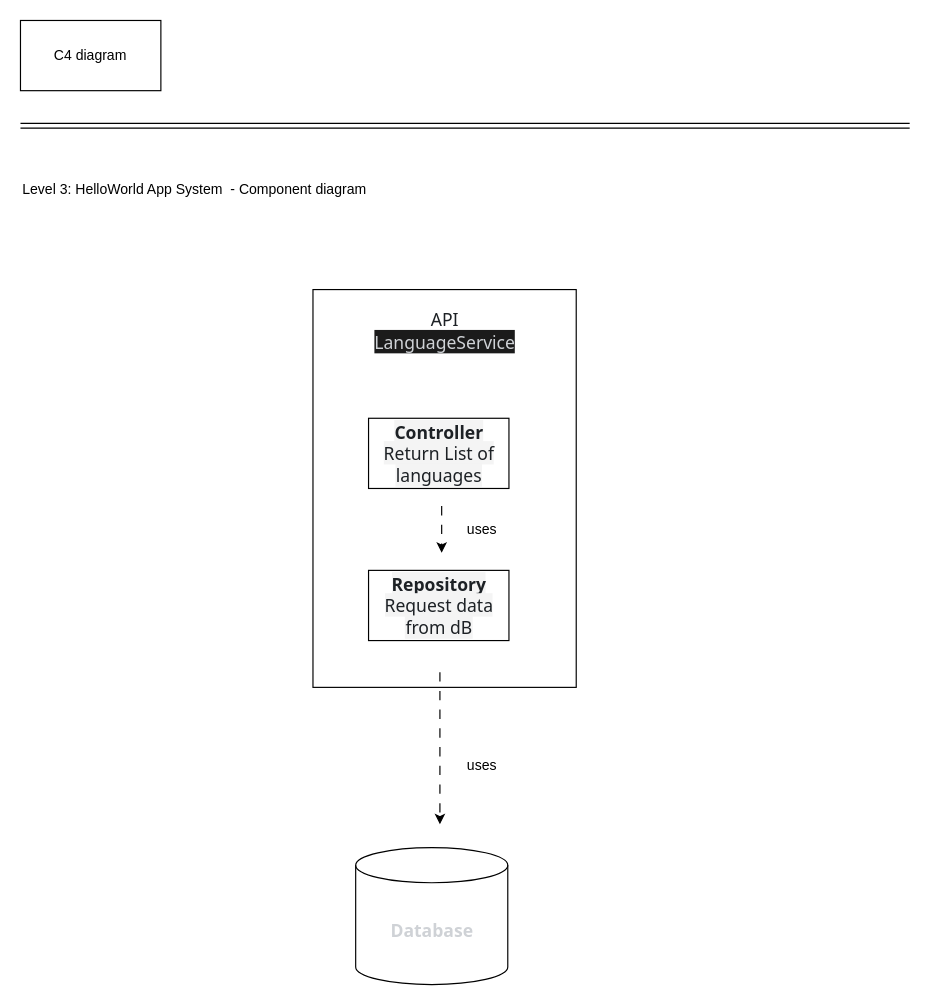
hplaursen/sea keeps this draw.io diagram as HelloWorld/C4_HelloWorld-App_level3_ GreetingService.drawio. Above is the earlier version. Source tidied: cells renumbered, new cells numbered last; positions are measured from the earlier drawing's top-left corner, leaving out a move shared by most shapes. Both pictures are drawn from the tidied source at 117%, with x=0, y=0 at pixel (20, 20).
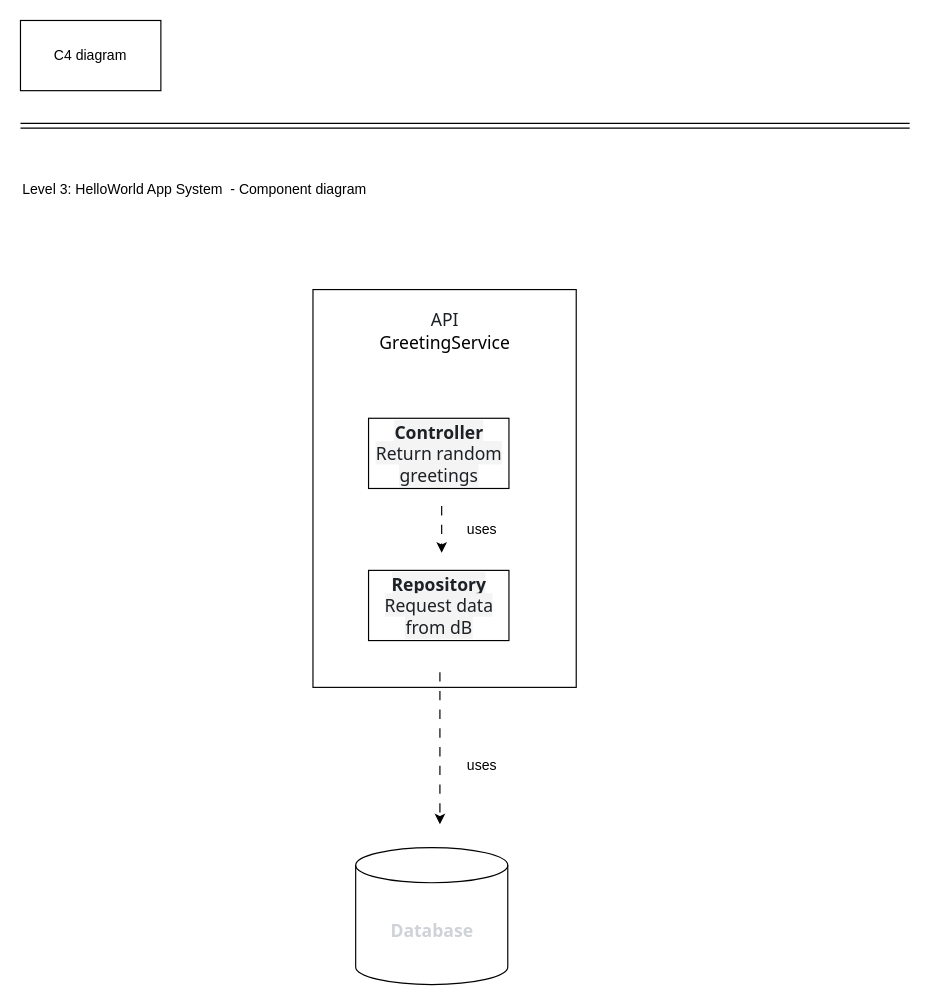
After the change.

Diff of the diagram source:
```diff
@@
 <mxGraphModel>
   <root>
     <mxCell id="0" />
     <mxCell id="1" parent="0" />
     <mxCell id="2" style="rounded=0;whiteSpace=wrap;html=1;fillColor=none;" parent="1" vertex="1">
       <mxGeometry x="250" y="230" width="225" height="340" as="geometry" />
     </mxCell>
     <mxCell id="3" style="shape=link;html=1;rounded=0;" parent="1" edge="1">
       <mxGeometry relative="1" as="geometry">
         <mxPoint y="90" as="sourcePoint" />
         <mxPoint x="760" y="90" as="targetPoint" />
       </mxGeometry>
     </mxCell>
     <mxCell id="4" style="rounded=0;whiteSpace=wrap;html=1;" parent="1" vertex="1">
       <mxGeometry width="120" height="60" as="geometry" />
     </mxCell>
     <mxCell id="5" value="C4 diagram" style="text;html=1;whiteSpace=wrap;strokeColor=none;fillColor=none;align=center;verticalAlign=middle;rounded=0;" parent="1" vertex="1">
       <mxGeometry x="15" y="15" width="90" height="30" as="geometry" />
     </mxCell>
     <mxCell id="6" value="Level 3: HelloWorld App System&amp;nbsp; -&amp;nbsp;&lt;span style=&quot;text-align: center;&quot;&gt;Component&lt;/span&gt;&amp;nbsp;diagram" style="text;html=1;whiteSpace=wrap;strokeColor=none;fillColor=none;align=left;verticalAlign=middle;rounded=0;" parent="1" vertex="1">
       <mxGeometry y="130" width="300" height="30" as="geometry" />
     </mxCell>
     <mxCell id="7" value="&lt;span style=&quot;font-family: system-ui, -apple-system, &amp;quot;Segoe UI&amp;quot;, Roboto, &amp;quot;Helvetica Neue&amp;quot;, &amp;quot;Noto Sans&amp;quot;, &amp;quot;Liberation Sans&amp;quot;, Arial, sans-serif, &amp;quot;Apple Color Emoji&amp;quot;, &amp;quot;Segoe UI Emoji&amp;quot;, &amp;quot;Segoe UI Symbol&amp;quot;, &amp;quot;Noto Color Emoji&amp;quot;; font-size: 15px; text-align: start; color: light-dark(rgb(207, 210, 214), rgb(255, 255, 255));&quot;&gt;&lt;b&gt;Database&lt;/b&gt;&lt;/span&gt;" style="shape=cylinder3;whiteSpace=wrap;html=1;boundedLbl=1;backgroundOutline=1;size=15;" parent="1" vertex="1">
       <mxGeometry x="286.5" y="707" width="130" height="117" as="geometry" />
     </mxCell>
-    <mxCell id="8" value="&lt;div&gt;&lt;span style=&quot;font-family: system-ui, -apple-system, &amp;quot;Segoe UI&amp;quot;, Roboto, &amp;quot;Helvetica Neue&amp;quot;, &amp;quot;Noto Sans&amp;quot;, &amp;quot;Liberation Sans&amp;quot;, Arial, sans-serif, &amp;quot;Apple Color Emoji&amp;quot;, &amp;quot;Segoe UI Emoji&amp;quot;, &amp;quot;Segoe UI Symbol&amp;quot;, &amp;quot;Noto Color Emoji&amp;quot;; font-size: 15px; color: light-dark(rgb(29, 33, 37), rgb(255, 255, 255));&quot;&gt;API&lt;/span&gt;&lt;/div&gt;&lt;span style=&quot;color: rgb(207, 210, 214); font-family: system-ui, -apple-system, &amp;quot;Segoe UI&amp;quot;, Roboto, &amp;quot;Helvetica Neue&amp;quot;, &amp;quot;Noto Sans&amp;quot;, &amp;quot;Liberation Sans&amp;quot;, Arial, sans-serif, &amp;quot;Apple Color Emoji&amp;quot;, &amp;quot;Segoe UI Emoji&amp;quot;, &amp;quot;Segoe UI Symbol&amp;quot;, &amp;quot;Noto Color Emoji&amp;quot;; font-size: 15px; text-align: left; background-color: rgb(27, 27, 27);&quot;&gt;LanguageService&lt;/span&gt;" style="text;html=1;whiteSpace=wrap;strokeColor=none;fillColor=none;align=center;verticalAlign=middle;rounded=0;" parent="1" vertex="1">
+    <mxCell id="8" value="&lt;div&gt;&lt;span style=&quot;font-family: system-ui, -apple-system, &amp;quot;Segoe UI&amp;quot;, Roboto, &amp;quot;Helvetica Neue&amp;quot;, &amp;quot;Noto Sans&amp;quot;, &amp;quot;Liberation Sans&amp;quot;, Arial, sans-serif, &amp;quot;Apple Color Emoji&amp;quot;, &amp;quot;Segoe UI Emoji&amp;quot;, &amp;quot;Segoe UI Symbol&amp;quot;, &amp;quot;Noto Color Emoji&amp;quot;; font-size: 15px; color: light-dark(rgb(29, 33, 37), rgb(255, 255, 255));&quot;&gt;API&lt;/span&gt;&lt;/div&gt;&lt;span style=&quot;font-family: system-ui, -apple-system, &amp;quot;Segoe UI&amp;quot;, Roboto, &amp;quot;Helvetica Neue&amp;quot;, &amp;quot;Noto Sans&amp;quot;, &amp;quot;Liberation Sans&amp;quot;, Arial, sans-serif, &amp;quot;Apple Color Emoji&amp;quot;, &amp;quot;Segoe UI Emoji&amp;quot;, &amp;quot;Segoe UI Symbol&amp;quot;, &amp;quot;Noto Color Emoji&amp;quot;; font-size: 15px;&quot;&gt;GreetingService&lt;/span&gt;" style="text;html=1;whiteSpace=wrap;strokeColor=none;fillColor=none;align=center;verticalAlign=middle;rounded=0;" parent="1" vertex="1">
       <mxGeometry x="302.5" y="250" width="120" height="30" as="geometry" />
     </mxCell>
     <mxCell id="9" value="&lt;span style=&quot;color: rgb(29, 33, 37); font-family: system-ui, -apple-system, &amp;quot;Segoe UI&amp;quot;, Roboto, &amp;quot;Helvetica Neue&amp;quot;, &amp;quot;Noto Sans&amp;quot;, &amp;quot;Liberation Sans&amp;quot;, Arial, sans-serif, &amp;quot;Apple Color Emoji&amp;quot;, &amp;quot;Segoe UI Emoji&amp;quot;, &amp;quot;Segoe UI Symbol&amp;quot;, &amp;quot;Noto Color Emoji&amp;quot;; text-align: start; background-color: rgb(244, 244, 244); font-size: 15px;&quot;&gt;&lt;b&gt;Repository&lt;/b&gt;&lt;/span&gt;&lt;div&gt;&lt;span style=&quot;color: rgb(29, 33, 37); font-family: system-ui, -apple-system, &amp;quot;Segoe UI&amp;quot;, Roboto, &amp;quot;Helvetica Neue&amp;quot;, &amp;quot;Noto Sans&amp;quot;, &amp;quot;Liberation Sans&amp;quot;, Arial, sans-serif, &amp;quot;Apple Color Emoji&amp;quot;, &amp;quot;Segoe UI Emoji&amp;quot;, &amp;quot;Segoe UI Symbol&amp;quot;, &amp;quot;Noto Color Emoji&amp;quot;; font-size: 15px; text-align: start; background-color: rgb(244, 244, 244);&quot;&gt;Request data from dB&lt;/span&gt;&lt;/div&gt;" style="rounded=0;whiteSpace=wrap;html=1;" parent="1" vertex="1">
       <mxGeometry x="297.5" y="470" width="120" height="60" as="geometry" />
     </mxCell>
-    <mxCell id="10" value="&lt;div&gt;&lt;span style=&quot;background-color: light-dark(rgb(244, 244, 244), rgb(27, 27, 27)); color: light-dark(rgb(29, 33, 37), rgb(207, 210, 214)); font-family: system-ui, -apple-system, &amp;quot;Segoe UI&amp;quot;, Roboto, &amp;quot;Helvetica Neue&amp;quot;, &amp;quot;Noto Sans&amp;quot;, &amp;quot;Liberation Sans&amp;quot;, Arial, sans-serif, &amp;quot;Apple Color Emoji&amp;quot;, &amp;quot;Segoe UI Emoji&amp;quot;, &amp;quot;Segoe UI Symbol&amp;quot;, &amp;quot;Noto Color Emoji&amp;quot;; font-size: 15px; text-align: start;&quot;&gt;&lt;b&gt;Controller&lt;/b&gt;&lt;/span&gt;&lt;/div&gt;&lt;div&gt;&lt;span style=&quot;background-color: light-dark(rgb(244, 244, 244), rgb(27, 27, 27)); color: light-dark(rgb(29, 33, 37), rgb(207, 210, 214)); font-family: system-ui, -apple-system, &amp;quot;Segoe UI&amp;quot;, Roboto, &amp;quot;Helvetica Neue&amp;quot;, &amp;quot;Noto Sans&amp;quot;, &amp;quot;Liberation Sans&amp;quot;, Arial, sans-serif, &amp;quot;Apple Color Emoji&amp;quot;, &amp;quot;Segoe UI Emoji&amp;quot;, &amp;quot;Segoe UI Symbol&amp;quot;, &amp;quot;Noto Color Emoji&amp;quot;; font-size: 15px; text-align: start;&quot;&gt;Return List of languages&lt;/span&gt;&lt;/div&gt;" style="rounded=0;whiteSpace=wrap;html=1;" parent="1" vertex="1">
+    <mxCell id="10" value="&lt;div&gt;&lt;span style=&quot;background-color: light-dark(rgb(244, 244, 244), rgb(27, 27, 27)); color: light-dark(rgb(29, 33, 37), rgb(207, 210, 214)); font-family: system-ui, -apple-system, &amp;quot;Segoe UI&amp;quot;, Roboto, &amp;quot;Helvetica Neue&amp;quot;, &amp;quot;Noto Sans&amp;quot;, &amp;quot;Liberation Sans&amp;quot;, Arial, sans-serif, &amp;quot;Apple Color Emoji&amp;quot;, &amp;quot;Segoe UI Emoji&amp;quot;, &amp;quot;Segoe UI Symbol&amp;quot;, &amp;quot;Noto Color Emoji&amp;quot;; font-size: 15px; text-align: start;&quot;&gt;&lt;b&gt;Controller&lt;/b&gt;&lt;/span&gt;&lt;/div&gt;&lt;div&gt;&lt;span style=&quot;background-color: light-dark(rgb(244, 244, 244), rgb(27, 27, 27)); color: light-dark(rgb(29, 33, 37), rgb(207, 210, 214)); font-family: system-ui, -apple-system, &amp;quot;Segoe UI&amp;quot;, Roboto, &amp;quot;Helvetica Neue&amp;quot;, &amp;quot;Noto Sans&amp;quot;, &amp;quot;Liberation Sans&amp;quot;, Arial, sans-serif, &amp;quot;Apple Color Emoji&amp;quot;, &amp;quot;Segoe UI Emoji&amp;quot;, &amp;quot;Segoe UI Symbol&amp;quot;, &amp;quot;Noto Color Emoji&amp;quot;; font-size: 15px; text-align: start;&quot;&gt;Return random greetings&lt;/span&gt;&lt;/div&gt;" style="rounded=0;whiteSpace=wrap;html=1;" parent="1" vertex="1">
       <mxGeometry x="297.5" y="340" width="120" height="60" as="geometry" />
     </mxCell>
     <mxCell id="11" style="endArrow=classic;html=1;rounded=0;dashed=1;dashPattern=8 8;" parent="1" edge="1">
       <mxGeometry relative="1" as="geometry">
         <mxPoint x="360" y="415" as="sourcePoint" />
         <mxPoint x="360" y="455" as="targetPoint" />
       </mxGeometry>
     </mxCell>
     <mxCell id="12" value="uses" style="text;html=1;whiteSpace=wrap;strokeColor=none;fillColor=none;align=left;verticalAlign=middle;rounded=0;" parent="1" vertex="1">
       <mxGeometry x="380" y="420" width="58" height="30" as="geometry" />
     </mxCell>
     <mxCell id="13" style="endArrow=classic;html=1;rounded=0;dashed=1;dashPattern=8 8;" parent="1" edge="1">
       <mxGeometry relative="1" as="geometry">
         <mxPoint x="358.5" y="557" as="sourcePoint" />
         <mxPoint x="358.5" y="687" as="targetPoint" />
       </mxGeometry>
     </mxCell>
     <mxCell id="14" value="uses" style="text;html=1;whiteSpace=wrap;strokeColor=none;fillColor=none;align=left;verticalAlign=middle;rounded=0;" parent="1" vertex="1">
       <mxGeometry x="380" y="622" width="95" height="30" as="geometry" />
     </mxCell>
   </root>
 </mxGraphModel>
```
